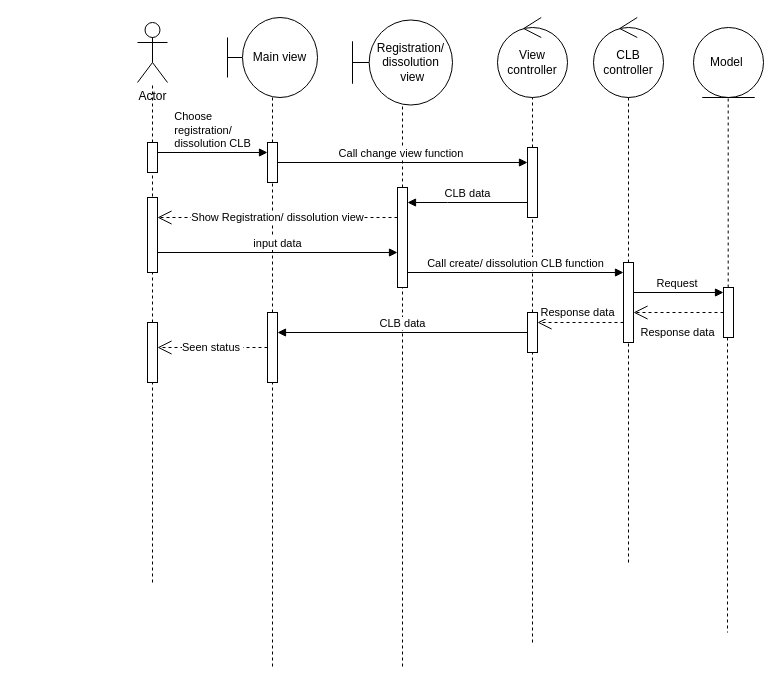
This is page "CLB registration/ dissolution" (7 of 13) of diagram.drawio from ZanhhTrann/finall_project-, a draw.io file, before an edit. Source tidied: cells renumbered, new cells numbered last; positions are measured from the earlier drawing's top-left corner, leaving out a move shared by most shapes. Both pictures are drawn from the tidied source at 100%, with x=0, y=0 at pixel (137, 17).
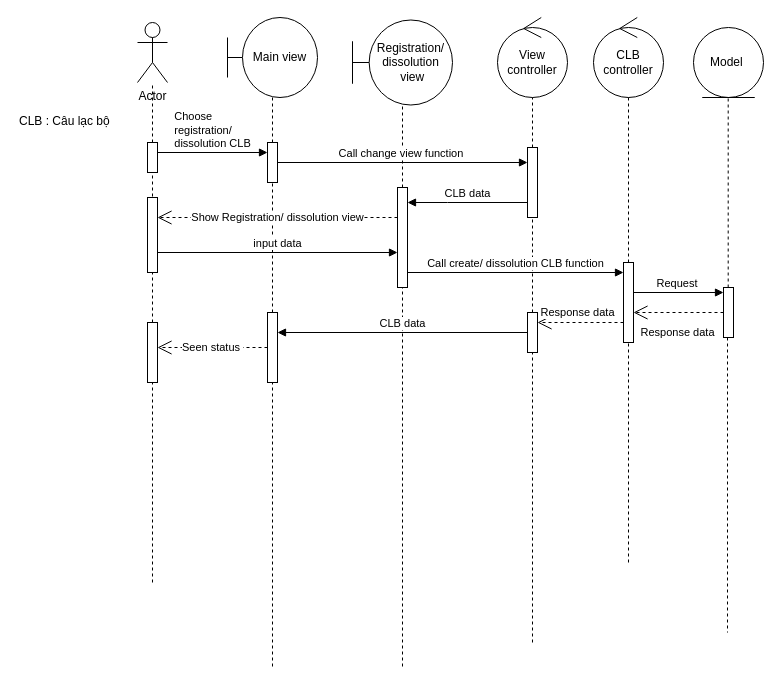
After the change.

Diff of the diagram source:
```diff
@@
+    <mxCell id="43" value="&lt;span style=&quot;color: rgb(0, 0, 0); font-family: Helvetica; font-size: 12px; font-style: normal; font-variant-ligatures: normal; font-variant-caps: normal; font-weight: 400; letter-spacing: normal; orphans: 2; text-align: center; text-indent: 0px; text-transform: none; widows: 2; word-spacing: 0px; -webkit-text-stroke-width: 0px; white-space: nowrap; background-color: rgb(255, 255, 255); text-decoration-thickness: initial; text-decoration-style: initial; text-decoration-color: initial; display: inline !important; float: none;&quot;&gt;CLB : Câu lạc bộ&lt;/span&gt;" style="text;whiteSpace=wrap;html=1;" parent="1" vertex="1">
+      <mxGeometry x="-120" y="90" width="120" height="40" as="geometry" />
+    </mxCell>
```
